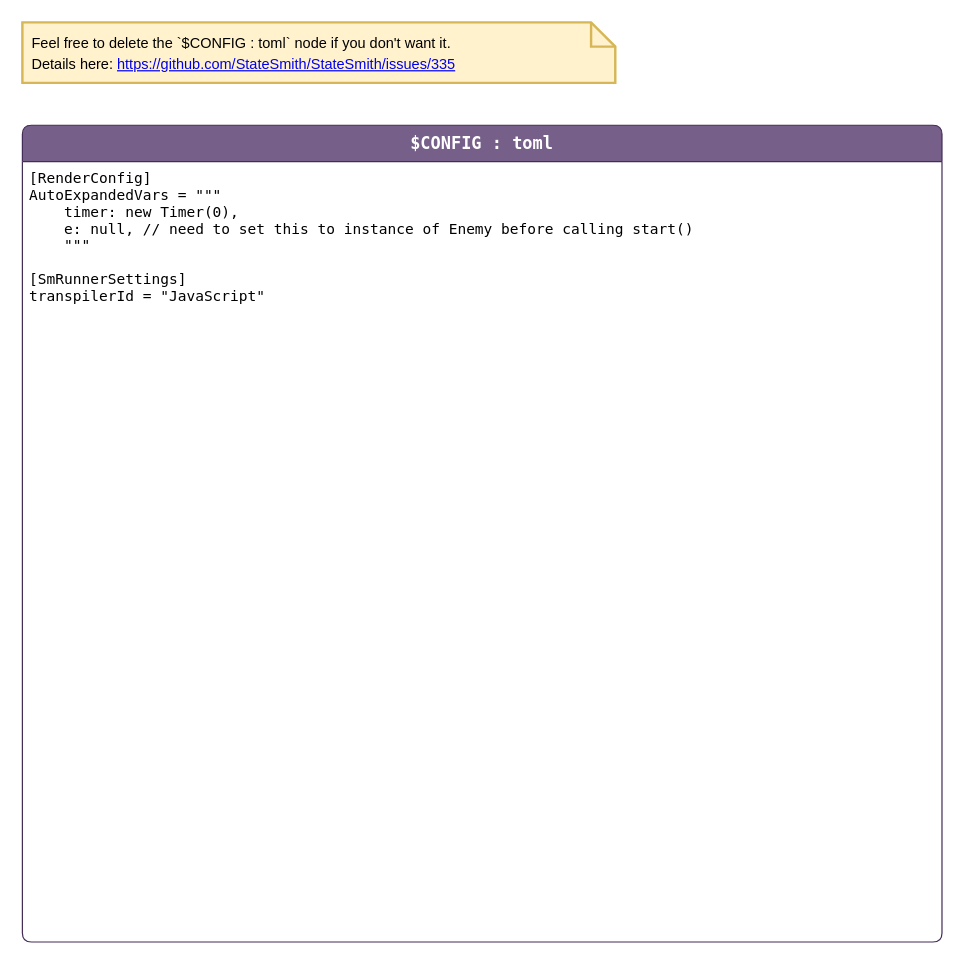
adamfk/game-fsm-examples keeps this draw.io diagram as page "config" (2 of 3) of enemy0/Enemy0Sm.drawio. Above is the earlier version. Source tidied: cells renumbered, new cells numbered last; positions are measured from the earlier drawing's top-left corner, leaving out a move shared by most shapes. Both pictures are drawn from the tidied source at 121%, with x=0, y=0 at pixel (22, 22).
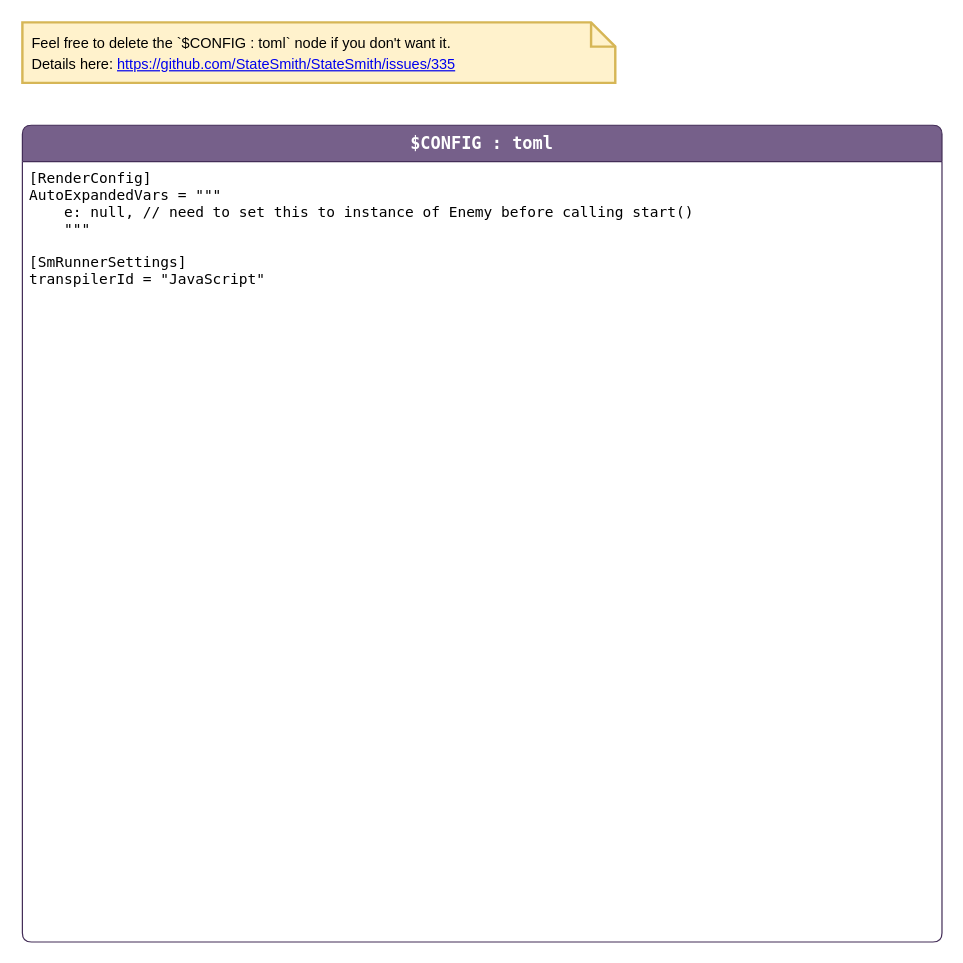
The same diagram, later.

Change to the diagram source:
```diff
@@
 <mxGraphModel>
   <root>
     <mxCell id="0" />
     <mxCell id="1" parent="0" />
     <mxCell id="2" value="$CONFIG : toml" style="shape=swimlane;align=center;verticalAlign=top;fontFamily=Lucida Console;startSize=30;fontSize=14;fontStyle=1;swimlaneFillColor=default;rounded=1;arcSize=15;absoluteArcSize=1;fillColor=#76608a;strokeColor=#432D57;fontColor=#ffffff;" parent="1" vertex="1">
       <mxGeometry y="85" width="760" height="675" as="geometry" />
     </mxCell>
-    <mxCell id="3" value="[RenderConfig]&#10;AutoExpandedVars = &quot;&quot;&quot;&#10;    timer: new Timer(0),&#10;    e: null, // need to set this to instance of Enemy before calling start()&#10;    &quot;&quot;&quot;&#10;&#10;[SmRunnerSettings]&#10;transpilerId = &quot;JavaScript&quot;" style="fontFamily=Lucida Console;align=left;verticalAlign=top;fillColor=none;gradientColor=none;strokeColor=none;rounded=0;spacingLeft=4;" parent="2" vertex="1">
-      <mxGeometry y="30" width="580" height="130" as="geometry" />
+    <mxCell id="3" value="[RenderConfig]&#10;AutoExpandedVars = &quot;&quot;&quot;&#10;    e: null, // need to set this to instance of Enemy before calling start()&#10;    &quot;&quot;&quot;&#10;&#10;[SmRunnerSettings]&#10;transpilerId = &quot;JavaScript&quot;" style="fontFamily=Lucida Console;align=left;verticalAlign=top;fillColor=none;gradientColor=none;strokeColor=none;rounded=0;spacingLeft=4;" parent="2" vertex="1">
+      <mxGeometry y="30" width="580" height="110" as="geometry" />
     </mxCell>
     <mxCell id="4" value="&lt;span style=&quot;color: rgb(0, 0, 0); font-size: 12px;&quot;&gt;Feel free to delete the `$CONFIG : toml` node if you don't want it.&lt;/span&gt;&lt;br style=&quot;color: rgb(0, 0, 0); font-size: 12px;&quot;&gt;&lt;span style=&quot;color: rgb(0, 0, 0); font-size: 12px;&quot;&gt;Details here:&amp;nbsp;&lt;/span&gt;&lt;a style=&quot;font-size: 12px;&quot; href=&quot;https://github.com/StateSmith/StateSmith/issues/335&quot;&gt;https://github.com/StateSmith/StateSmith/issues/335&lt;/a&gt;" style="shape=note;strokeWidth=2;fontSize=14;size=20;whiteSpace=wrap;html=1;fillColor=#fff2cc;strokeColor=#d6b656;fontColor=#2B2B00;align=left;spacingLeft=6;" parent="1" vertex="1">
       <mxGeometry width="490" height="50" as="geometry" />
     </mxCell>
   </root>
 </mxGraphModel>
```
